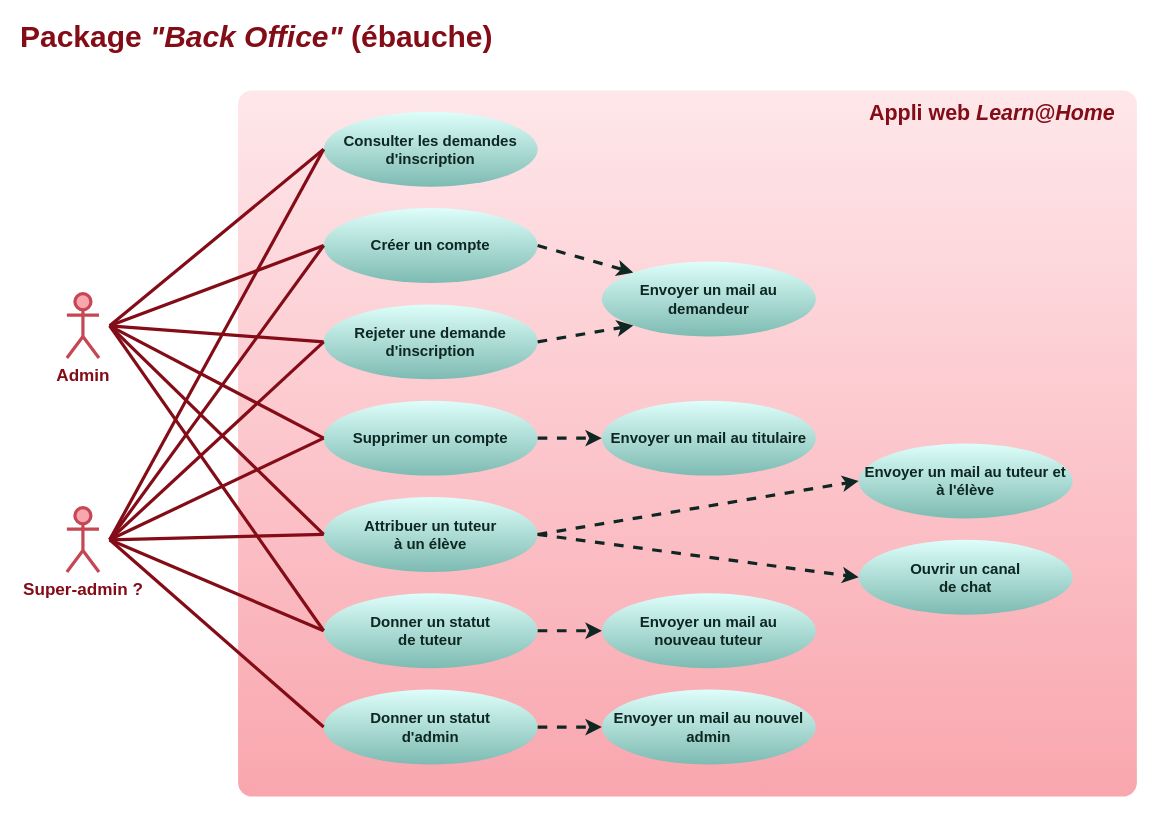
Before: doc/use-cases-back-office.drawio in logic-fabric/LoicMangin_10_01052021, a draw.io diagram. Source tidied: cells renumbered, new cells numbered last; positions are measured from the earlier drawing's top-left corner, leaving out a move shared by most shapes. Both pictures are drawn from the tidied source at 107%, with x=0, y=0 at pixel (18, 26).
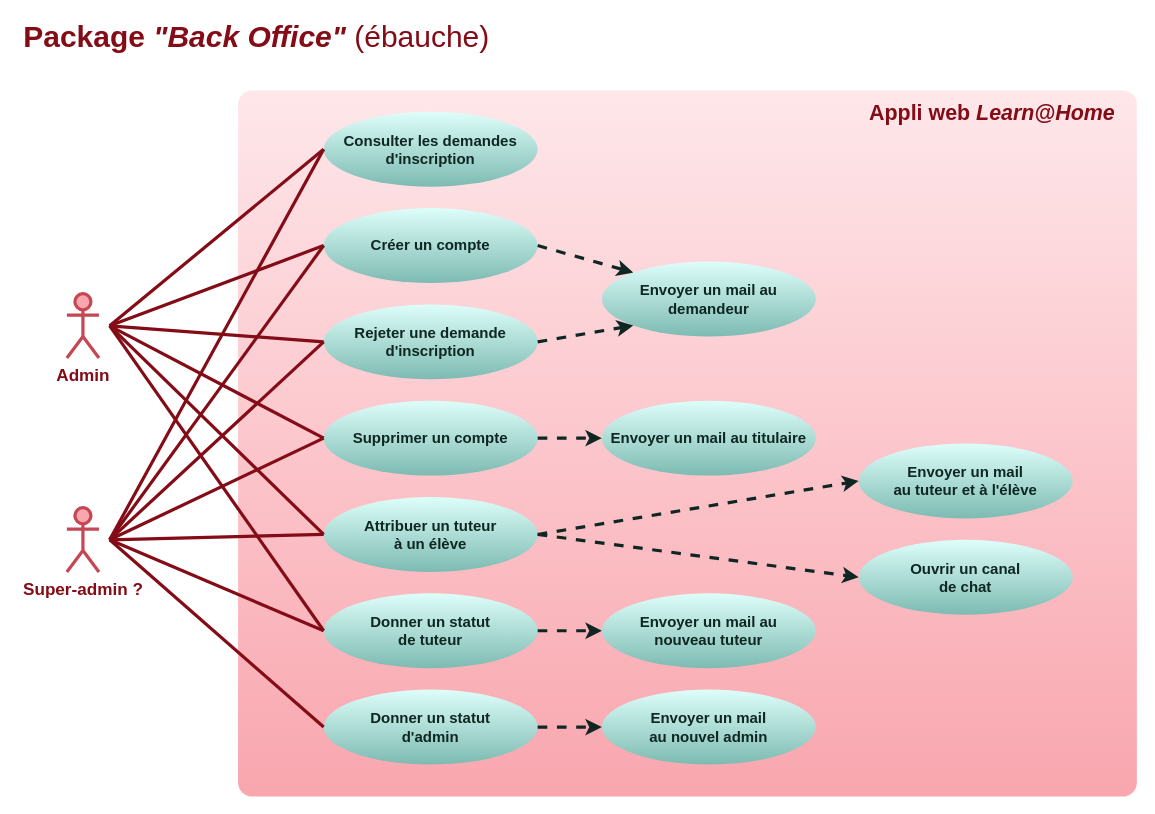
The same diagram, later.

Commit message (it also covers changes not shown here):
doc: add use cases diagram for dashboard

Diff of the diagram source:
```diff
@@
-    <mxCell id="2" value="&lt;font size=&quot;1&quot; color=&quot;#830c17&quot;&gt;&lt;b style=&quot;font-size: 28px&quot;&gt;Package &lt;i&gt;&quot;Back Office&quot;&lt;/i&gt; (ébauche)&lt;/b&gt;&lt;/font&gt;" style="text;html=1;strokeColor=none;fillColor=none;align=center;verticalAlign=middle;whiteSpace=wrap;rounded=0;fontColor=#660000;" parent="1" vertex="1">
+    <mxCell id="2" value="&lt;font size=&quot;1&quot; color=&quot;#830c17&quot;&gt;&lt;span style=&quot;font-size: 28px&quot;&gt;&lt;b&gt;Package &lt;/b&gt;&lt;i style=&quot;font-weight: bold&quot;&gt;&quot;Back Office&quot;&lt;/i&gt; (ébauche)&lt;/span&gt;&lt;/font&gt;" style="text;html=1;strokeColor=none;fillColor=none;align=center;verticalAlign=middle;whiteSpace=wrap;rounded=0;fontColor=#660000;" parent="1" vertex="1">
       <mxGeometry width="445" height="20" as="geometry" />
     </mxCell>
@@
-    <mxCell id="18" value="&lt;font&gt;&lt;b&gt;&lt;font style=&quot;font-size: 14px&quot;&gt;Envoyer un mail au tuteur et à l'élève&lt;/font&gt;&lt;br&gt;&lt;/b&gt;&lt;/font&gt;" style="ellipse;whiteSpace=wrap;html=1;rounded=1;strokeWidth=3;fontColor=#0e2723;strokeColor=none;fillColor=#defefa;gradientColor=#7dbbb2;" parent="1" vertex="1">
+    <mxCell id="18" value="&lt;font&gt;&lt;b&gt;&lt;font style=&quot;font-size: 14px&quot;&gt;Envoyer un mail &lt;br&gt;au tuteur et à l'élève&lt;/font&gt;&lt;br&gt;&lt;/b&gt;&lt;/font&gt;" style="ellipse;whiteSpace=wrap;html=1;rounded=1;strokeWidth=3;fontColor=#0e2723;strokeColor=none;fillColor=#defefa;gradientColor=#7dbbb2;" parent="1" vertex="1">
       <mxGeometry x="785" y="390" width="200" height="70" as="geometry" />
     </mxCell>
@@
-    <mxCell id="20" value="&lt;font&gt;&lt;b&gt;&lt;font style=&quot;font-size: 14px&quot;&gt;Envoyer un mail au nouvel admin&lt;/font&gt;&lt;br&gt;&lt;/b&gt;&lt;/font&gt;" style="ellipse;whiteSpace=wrap;html=1;rounded=1;strokeWidth=3;fontColor=#0e2723;strokeColor=none;fillColor=#defefa;gradientColor=#7dbbb2;" parent="1" vertex="1">
+    <mxCell id="20" value="&lt;font&gt;&lt;b&gt;&lt;font style=&quot;font-size: 14px&quot;&gt;Envoyer un mail &lt;br&gt;au nouvel admin&lt;/font&gt;&lt;br&gt;&lt;/b&gt;&lt;/font&gt;" style="ellipse;whiteSpace=wrap;html=1;rounded=1;strokeWidth=3;fontColor=#0e2723;strokeColor=none;fillColor=#defefa;gradientColor=#7dbbb2;" parent="1" vertex="1">
       <mxGeometry x="545" y="620" width="200" height="70" as="geometry" />
     </mxCell>
```
